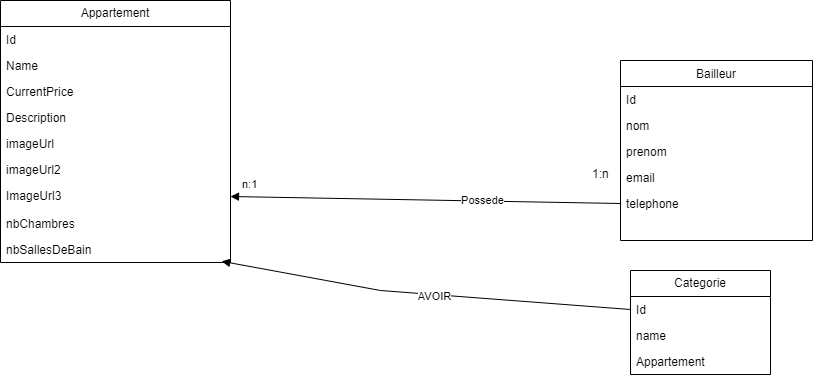
Franckkoukougnon/locappart-back keeps this draw.io diagram as src/main/java/com/cda/locappartback/entity/Loccappart.drawio.png. Above is the earlier version. Source tidied: cells renumbered, new cells last; positions are measured from the earlier drawing's top-left corner, leaving out a move shared by most shapes.
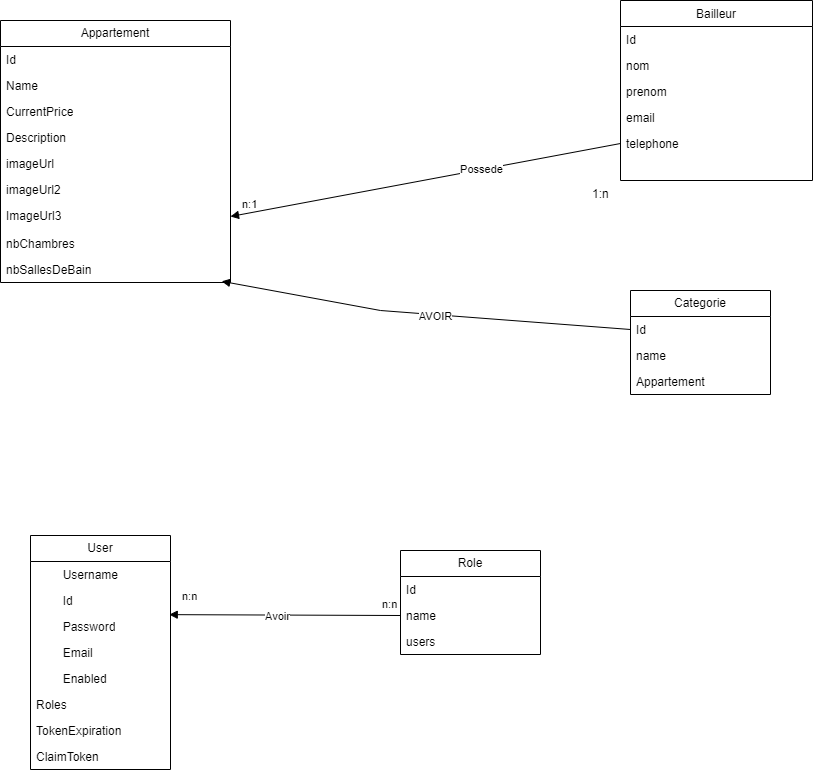
The same file after the commit.

Commit message:
Mettre à jour Loccappart.drawio.png

Diff of the diagram source:
```diff
@@ -3,7 +3,7 @@
     <mxCell id="0" />
     <mxCell id="1" parent="0" />
     <mxCell id="2" value="  Bailleur " style="swimlane;fontStyle=0;align=center;verticalAlign=top;horizontal=1;startSize=26;rounded=0;shadow=0;strokeWidth=1;" parent="1" vertex="1">
-      <mxGeometry x="620" y="60" width="192" height="180" as="geometry" />
+      <mxGeometry x="620" y="-20" width="192" height="180" as="geometry" />
     </mxCell>
     <mxCell id="3" value="Id" style="text;align=left;verticalAlign=top;spacingLeft=4;spacingRight=4;overflow=hidden;" parent="2" vertex="1">
       <mxGeometry y="26" width="192" height="26" as="geometry" />
@@ -84,5 +84,56 @@
     <mxCell id="27" value="&lt;span style=&quot;color: rgb(0, 0, 0); font-family: Helvetica; font-size: 11px; font-style: normal; font-variant-ligatures: normal; font-variant-caps: normal; font-weight: 400; letter-spacing: normal; orphans: 2; text-align: center; text-indent: 0px; text-transform: none; widows: 2; word-spacing: 0px; -webkit-text-stroke-width: 0px; background-color: rgb(255, 255, 255); text-decoration-thickness: initial; text-decoration-style: initial; text-decoration-color: initial; float: none; display: inline !important;&quot;&gt;n:1&lt;/span&gt;" style="text;whiteSpace=wrap;html=1;" parent="1" vertex="1">
       <mxGeometry x="240" y="170" width="20" height="40" as="geometry" />
     </mxCell>
+    <mxCell id="28" value="User" style="swimlane;fontStyle=0;horizontal=1;startSize=26;fillColor=none;whiteSpace=wrap;html=1;" parent="1" vertex="1">
+      <mxGeometry x="30" y="515" width="140" height="234" as="geometry" />
+    </mxCell>
+    <mxCell id="29" value="&amp;nbsp; &amp;nbsp; &amp;nbsp; &amp;nbsp; Username" style="text;strokeColor=none;fillColor=none;align=left;verticalAlign=top;spacingLeft=4;spacingRight=4;overflow=hidden;whiteSpace=wrap;html=1;" parent="28" vertex="1">
+      <mxGeometry y="26" width="140" height="26" as="geometry" />
+    </mxCell>
+    <mxCell id="30" value="&amp;nbsp; &amp;nbsp; &amp;nbsp; &amp;nbsp; Id" style="text;strokeColor=none;fillColor=none;align=left;verticalAlign=top;spacingLeft=4;spacingRight=4;overflow=hidden;whiteSpace=wrap;html=1;" parent="28" vertex="1">
+      <mxGeometry y="52" width="140" height="26" as="geometry" />
+    </mxCell>
+    <mxCell id="31" value="&amp;nbsp;&lt;span style=&quot;white-space: pre;&quot;&gt;&#9;&lt;/span&gt;Password" style="text;strokeColor=none;fillColor=none;align=left;verticalAlign=top;spacingLeft=4;spacingRight=4;overflow=hidden;points=[[0,0.5],[1,0.5]];portConstraint=eastwest;whiteSpace=wrap;html=1;" parent="28" vertex="1">
+      <mxGeometry y="78" width="140" height="26" as="geometry" />
+    </mxCell>
+    <mxCell id="32" value="&amp;nbsp; &amp;nbsp; &amp;nbsp; &amp;nbsp; Email" style="text;strokeColor=none;fillColor=none;align=left;verticalAlign=top;spacingLeft=4;spacingRight=4;overflow=hidden;whiteSpace=wrap;html=1;" parent="28" vertex="1">
+      <mxGeometry y="104" width="140" height="26" as="geometry" />
+    </mxCell>
+    <mxCell id="33" value="&amp;nbsp; &amp;nbsp; &amp;nbsp; &amp;nbsp; Enabled " style="text;strokeColor=none;fillColor=none;align=left;verticalAlign=top;spacingLeft=4;spacingRight=4;overflow=hidden;whiteSpace=wrap;html=1;" parent="28" vertex="1">
+      <mxGeometry y="130" width="140" height="26" as="geometry" />
+    </mxCell>
+    <mxCell id="34" value="Roles" style="text;strokeColor=none;fillColor=none;align=left;verticalAlign=top;spacingLeft=4;spacingRight=4;overflow=hidden;whiteSpace=wrap;html=1;" parent="28" vertex="1">
+      <mxGeometry y="156" width="140" height="26" as="geometry" />
+    </mxCell>
+    <mxCell id="35" value="TokenExpiration   " style="text;strokeColor=none;fillColor=none;align=left;verticalAlign=top;spacingLeft=4;spacingRight=4;overflow=hidden;whiteSpace=wrap;html=1;" parent="28" vertex="1">
+      <mxGeometry y="182" width="140" height="26" as="geometry" />
+    </mxCell>
+    <mxCell id="36" value="ClaimToken        " style="text;strokeColor=none;fillColor=none;align=left;verticalAlign=top;spacingLeft=4;spacingRight=4;overflow=hidden;whiteSpace=wrap;html=1;" parent="28" vertex="1">
+      <mxGeometry y="208" width="140" height="26" as="geometry" />
+    </mxCell>
+    <mxCell id="37" value="Role" style="swimlane;fontStyle=0;horizontal=1;startSize=26;fillColor=none;whiteSpace=wrap;html=1;" parent="1" vertex="1">
+      <mxGeometry x="400" y="530" width="140" height="104" as="geometry" />
+    </mxCell>
+    <mxCell id="38" value="Id" style="text;strokeColor=none;fillColor=none;align=left;verticalAlign=top;spacingLeft=4;spacingRight=4;overflow=hidden;whiteSpace=wrap;html=1;" parent="37" vertex="1">
+      <mxGeometry y="26" width="140" height="26" as="geometry" />
+    </mxCell>
+    <mxCell id="39" value="name" style="text;strokeColor=none;fillColor=none;align=left;verticalAlign=top;spacingLeft=4;spacingRight=4;overflow=hidden;points=[[0,0.5],[1,0.5]];portConstraint=eastwest;whiteSpace=wrap;html=1;" parent="37" vertex="1">
+      <mxGeometry y="52" width="140" height="26" as="geometry" />
+    </mxCell>
+    <mxCell id="40" value="users" style="text;strokeColor=none;fillColor=none;align=left;verticalAlign=top;spacingLeft=4;spacingRight=4;overflow=hidden;whiteSpace=wrap;html=1;" parent="37" vertex="1">
+      <mxGeometry y="78" width="140" height="26" as="geometry" />
+    </mxCell>
+    <mxCell id="41" style="html=1;verticalAlign=bottom;endArrow=block;curved=0;rounded=0;entryX=0.991;entryY=0.044;entryDx=0;entryDy=0;entryPerimeter=0;exitX=0;exitY=0.5;exitDx=0;exitDy=0;" parent="1" edge="1" source="39" target="31">
+      <mxGeometry relative="1" as="geometry" />
+    </mxCell>
+    <mxCell id="42" value="Avoir" style="edgeLabel;html=1;align=center;verticalAlign=middle;" parent="41" vertex="1">
+      <mxGeometry x="0.07" y="1" relative="1" as="geometry" />
+    </mxCell>
+    <mxCell id="43" value="&lt;span style=&quot;color: rgb(0, 0, 0); font-family: Helvetica; font-size: 11px; font-style: normal; font-variant-ligatures: normal; font-variant-caps: normal; font-weight: 400; letter-spacing: normal; orphans: 2; text-align: center; text-indent: 0px; text-transform: none; widows: 2; word-spacing: 0px; -webkit-text-stroke-width: 0px; background-color: rgb(255, 255, 255); text-decoration-thickness: initial; text-decoration-style: initial; text-decoration-color: initial; float: none; display: inline !important;&quot;&gt;n:n&lt;/span&gt;" style="text;whiteSpace=wrap;html=1;" parent="1" vertex="1">
+      <mxGeometry x="180" y="562" width="20" height="40" as="geometry" />
+    </mxCell>
+    <mxCell id="44" value="&lt;span style=&quot;color: rgb(0, 0, 0); font-family: Helvetica; font-size: 11px; font-style: normal; font-variant-ligatures: normal; font-variant-caps: normal; font-weight: 400; letter-spacing: normal; orphans: 2; text-align: center; text-indent: 0px; text-transform: none; widows: 2; word-spacing: 0px; -webkit-text-stroke-width: 0px; background-color: rgb(255, 255, 255); text-decoration-thickness: initial; text-decoration-style: initial; text-decoration-color: initial; float: none; display: inline !important;&quot;&gt;n:n&lt;/span&gt;" style="text;whiteSpace=wrap;html=1;" parent="1" vertex="1">
+      <mxGeometry x="380" y="570" width="20" height="40" as="geometry" />
+    </mxCell>
   </root>
 </mxGraphModel>
```
